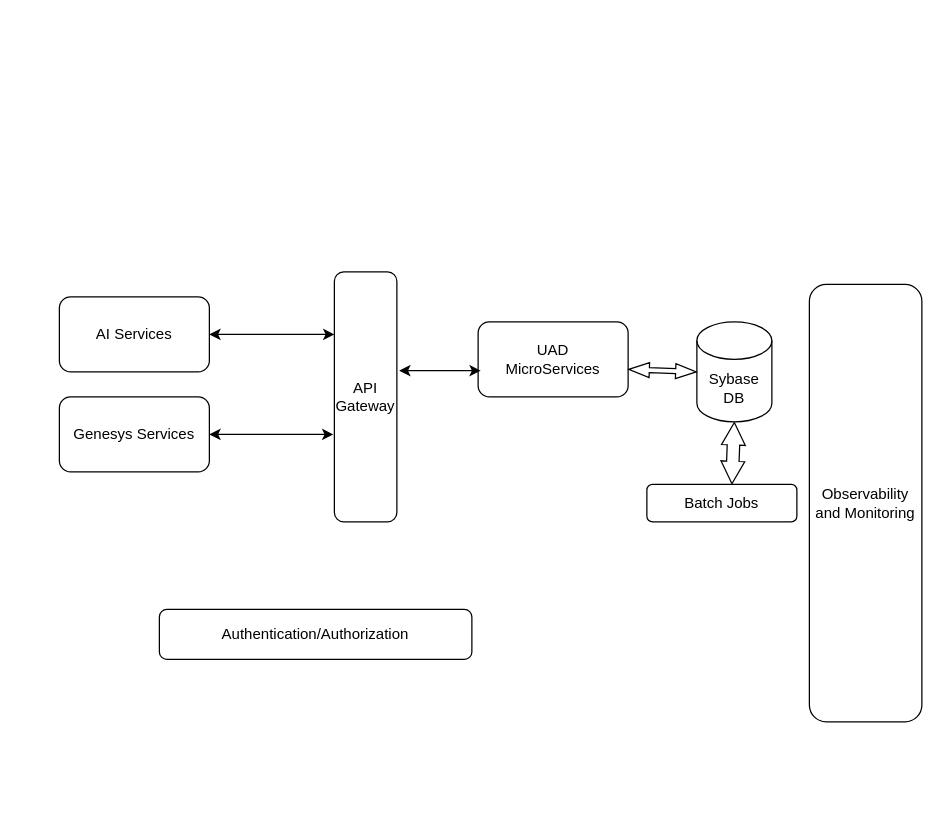
Above: page "Page-1" (1 of 2) of design/UAD0.1.drawio in java108/uad (draw.io), before the change. Source tidied: cells renumbered, new cells numbered last; positions are measured from the earlier drawing's top-left corner, leaving out a move shared by most shapes. Both pictures are drawn from the tidied source at 125%, with x=0, y=0 at pixel (59, 271).
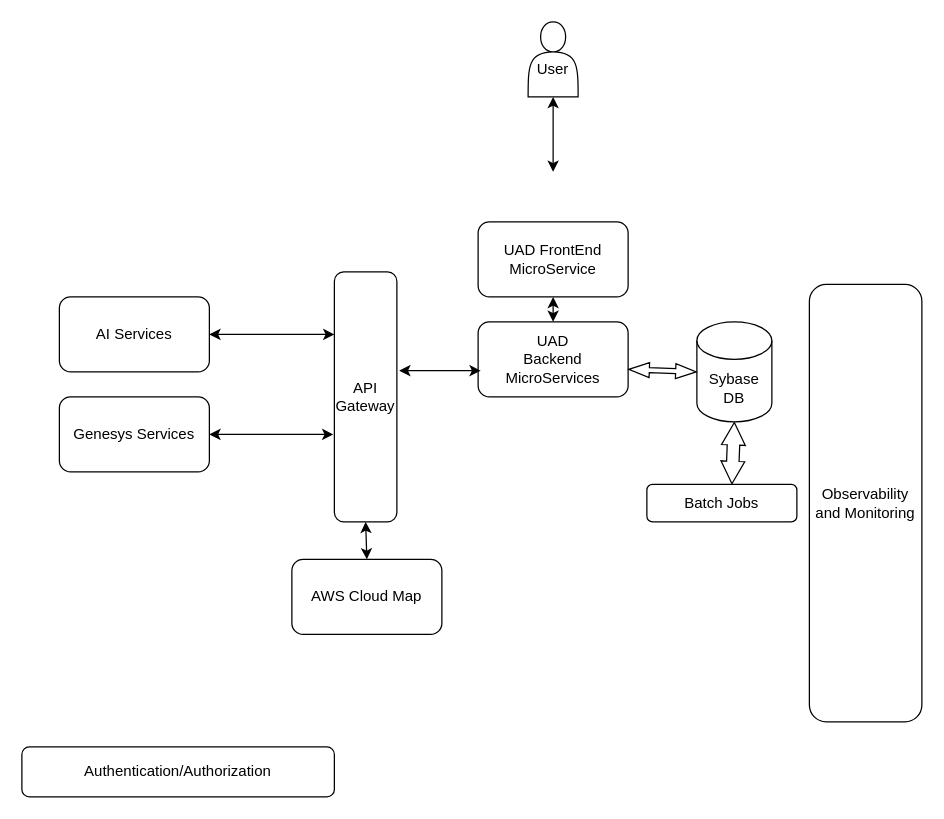
After the change.

Unchanged cells that the change refers to:
```xml
<mxCell id="11" value="API Gateway" style="rounded=1;whiteSpace=wrap;html=1;" parent="1" vertex="1">
  <mxGeometry x="220" width="50" height="200" as="geometry" />
</mxCell>
```

Diff of the diagram source:
```diff
@@
     <mxCell id="3" value="Authentication/Authorization" style="rounded=1;whiteSpace=wrap;html=1;" parent="1" vertex="1">
-      <mxGeometry x="80" y="270" width="250" height="40" as="geometry" />
+      <mxGeometry x="-30" y="380" width="250" height="40" as="geometry" />
     </mxCell>
@@
-    <mxCell id="5" value="UAD&lt;br&gt;MicroServices" style="rounded=1;whiteSpace=wrap;html=1;" parent="1" vertex="1">
+    <mxCell id="5" value="UAD&lt;br&gt;Backend MicroServices" style="rounded=1;whiteSpace=wrap;html=1;" parent="1" vertex="1">
       <mxGeometry x="335" y="40" width="120" height="60" as="geometry" />
     </mxCell>
@@
+    <mxCell id="15" value="AWS Cloud Map" style="rounded=1;whiteSpace=wrap;html=1;" parent="1" vertex="1">
+      <mxGeometry x="186" y="230" width="120" height="60" as="geometry" />
+    </mxCell>
+    <mxCell id="16" style="endArrow=classic;startArrow=classic;html=1;rounded=0;exitX=0.5;exitY=0;exitDx=0;exitDy=0;entryX=0.5;entryY=1;entryDx=0;entryDy=0;" parent="1" edge="1" source="15" target="11">
+      <mxGeometry relative="1" as="geometry" />
+    </mxCell>
+    <mxCell id="17" value="UAD FrontEnd MicroService" style="rounded=1;whiteSpace=wrap;html=1;" parent="1" vertex="1">
+      <mxGeometry x="335" y="-40" width="120" height="60" as="geometry" />
+    </mxCell>
+    <mxCell id="18" style="endArrow=classic;startArrow=classic;html=1;rounded=0;exitX=0.5;exitY=0;exitDx=0;exitDy=0;entryX=0.5;entryY=1;entryDx=0;entryDy=0;" parent="1" edge="1" source="5" target="17">
+      <mxGeometry relative="1" as="geometry" />
+    </mxCell>
+    <mxCell id="19" value="&lt;div&gt;&lt;br&gt;&lt;/div&gt;User" style="shape=actor;whiteSpace=wrap;html=1;" parent="1" vertex="1">
+      <mxGeometry x="375" y="-200" width="40" height="60" as="geometry" />
+    </mxCell>
+    <mxCell id="20" style="endArrow=classic;startArrow=classic;html=1;rounded=0;entryX=0.5;entryY=1;entryDx=0;entryDy=0;" parent="1" edge="1" target="19">
+      <mxGeometry relative="1" as="geometry">
+        <mxPoint x="395" y="-80" as="sourcePoint" />
+      </mxGeometry>
+    </mxCell>
```
